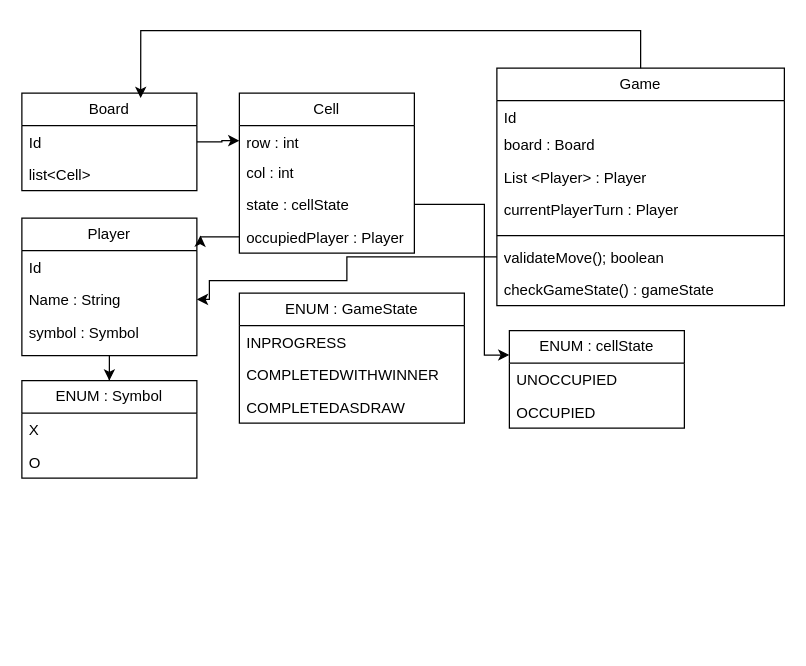
Above: diagrams/TicTacToe.drawio in MithunAj/ClassDiagrams (draw.io), before the change. Source tidied: cells renumbered, new cells numbered last; positions are measured from the earlier drawing's top-left corner, leaving out a move shared by most shapes. Both pictures are drawn from the tidied source at 125%, with x=0, y=0 at pixel (21, 30).
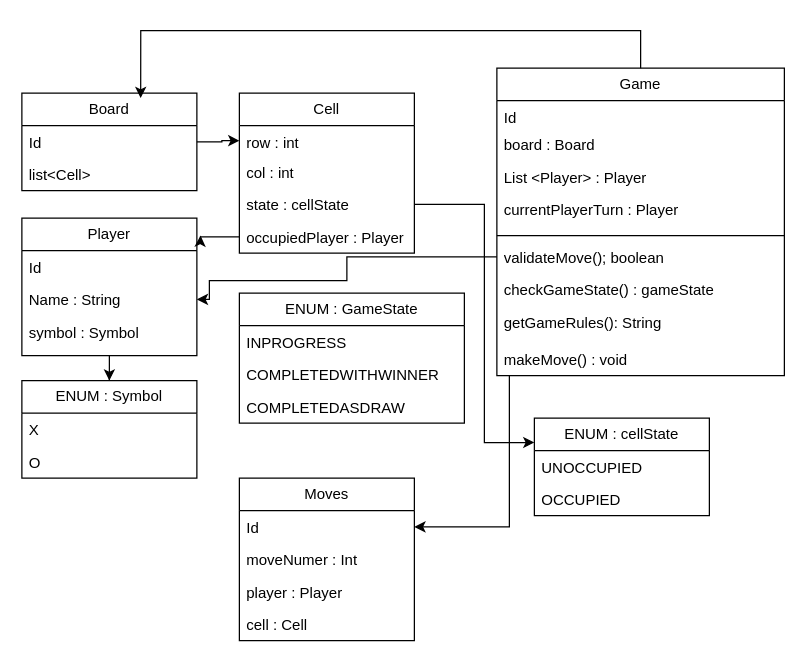
The same page after the edit.

The change refers to these unchanged cells:
```xml
<mxCell id="8" value="state : cellState" style="text;strokeColor=none;fillColor=none;align=left;verticalAlign=top;spacingLeft=4;spacingRight=4;overflow=hidden;points=[[0,0.5],[1,0.5]];portConstraint=eastwest;whiteSpace=wrap;html=1;" parent="5" vertex="1">
  <mxGeometry y="76" width="140" height="26" as="geometry" />
</mxCell>
```

The edit, as a diff of the source:
```diff
@@
+    <mxCell id="38" style="edgeStyle=orthogonalEdgeStyle;rounded=0;jettySize=auto;html=1;entryX=1;entryY=0.5;entryDx=0;entryDy=0;" parent="1" edge="1" source="10" target="42">
+      <mxGeometry relative="1" as="geometry">
+        <Array as="points">
+          <mxPoint x="390" y="397" />
+        </Array>
+      </mxGeometry>
+    </mxCell>
     <mxCell id="10" value="Game" style="swimlane;fontStyle=0;horizontal=1;startSize=26;fillColor=none;whiteSpace=wrap;html=1;" parent="1" vertex="1">
-      <mxGeometry x="380" y="30" width="230" height="190" as="geometry" />
+      <mxGeometry x="380" y="30" width="230" height="246" as="geometry" />
     </mxCell>
@@
+    <mxCell id="39" value="getGameRules(): String" style="text;strokeColor=none;fillColor=none;align=left;verticalAlign=top;spacingLeft=4;spacingRight=4;overflow=hidden;whiteSpace=wrap;html=1;" parent="10" vertex="1">
+      <mxGeometry y="190" width="230" height="30" as="geometry" />
+    </mxCell>
+    <mxCell id="40" value="makeMove() : void" style="text;strokeColor=none;fillColor=none;align=left;verticalAlign=top;spacingLeft=4;spacingRight=4;overflow=hidden;whiteSpace=wrap;html=1;" parent="10" vertex="1">
+      <mxGeometry y="220" width="230" height="26" as="geometry" />
+    </mxCell>
@@
     <mxCell id="26" value="ENUM : cellState" style="swimlane;fontStyle=0;horizontal=1;startSize=26;fillColor=none;whiteSpace=wrap;html=1;" parent="1" vertex="1">
-      <mxGeometry x="390" y="240" width="140" height="78" as="geometry" />
+      <mxGeometry x="410" y="310" width="140" height="78" as="geometry" />
     </mxCell>
@@
     <mxCell id="37" style="edgeStyle=orthogonalEdgeStyle;rounded=0;jettySize=auto;html=1;exitX=1;exitY=0.5;exitDx=0;exitDy=0;entryX=0;entryY=0.25;entryDx=0;entryDy=0;" parent="1" edge="1" source="8" target="26">
       <mxGeometry relative="1" as="geometry">
         <Array as="points">
           <mxPoint x="370" y="139" />
-          <mxPoint x="370" y="260" />
+          <mxPoint x="370" y="330" />
         </Array>
       </mxGeometry>
     </mxCell>
+    <mxCell id="41" value="Moves" style="swimlane;fontStyle=0;horizontal=1;startSize=26;fillColor=none;whiteSpace=wrap;html=1;" parent="1" vertex="1">
+      <mxGeometry x="174" y="358" width="140" height="130" as="geometry" />
+    </mxCell>
+    <mxCell id="42" value="Id" style="text;strokeColor=none;fillColor=none;align=left;verticalAlign=top;spacingLeft=4;spacingRight=4;overflow=hidden;points=[[0,0.5],[1,0.5]];portConstraint=eastwest;whiteSpace=wrap;html=1;" parent="41" vertex="1">
+      <mxGeometry y="26" width="140" height="26" as="geometry" />
+    </mxCell>
+    <mxCell id="43" value="moveNumer : Int" style="text;strokeColor=none;fillColor=none;align=left;verticalAlign=top;spacingLeft=4;spacingRight=4;overflow=hidden;whiteSpace=wrap;html=1;" parent="41" vertex="1">
+      <mxGeometry y="52" width="140" height="26" as="geometry" />
+    </mxCell>
+    <mxCell id="44" value="player : Player" style="text;strokeColor=none;fillColor=none;align=left;verticalAlign=top;spacingLeft=4;spacingRight=4;overflow=hidden;whiteSpace=wrap;html=1;" parent="41" vertex="1">
+      <mxGeometry y="78" width="140" height="26" as="geometry" />
+    </mxCell>
+    <mxCell id="45" value="cell : Cell" style="text;strokeColor=none;fillColor=none;align=left;verticalAlign=top;spacingLeft=4;spacingRight=4;overflow=hidden;whiteSpace=wrap;html=1;" parent="41" vertex="1">
+      <mxGeometry y="104" width="140" height="26" as="geometry" />
+    </mxCell>
```
